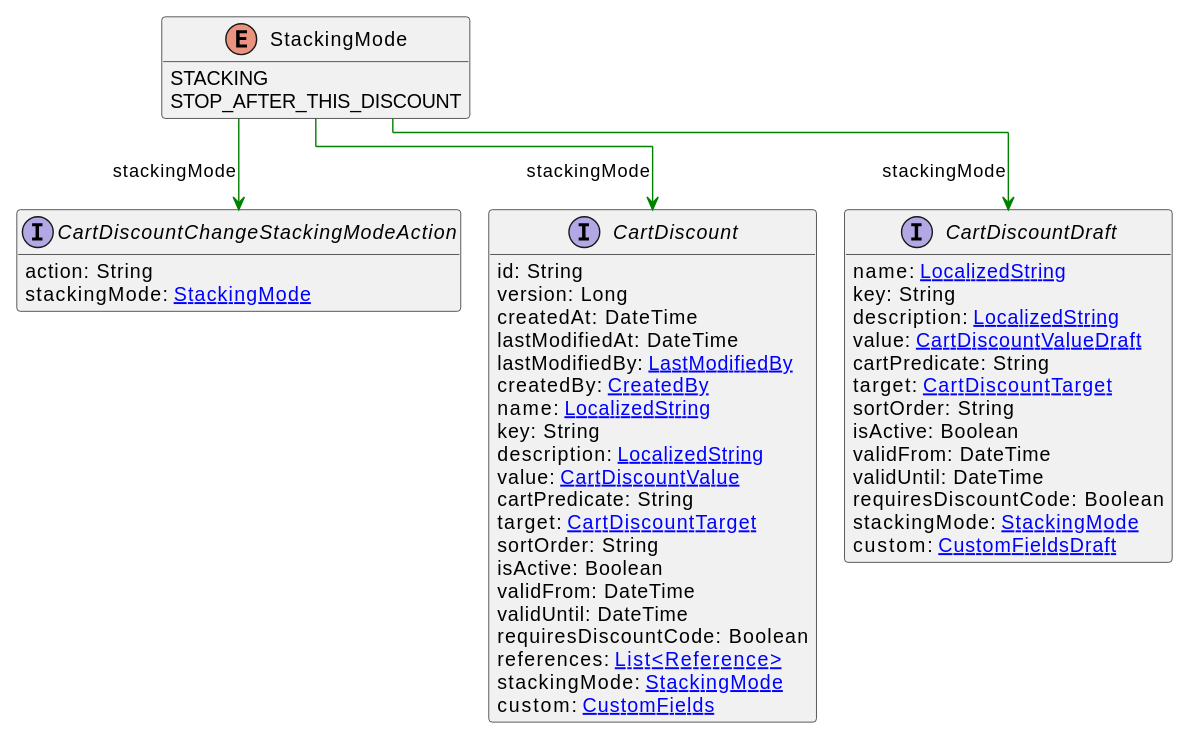
This is uml/api/svg/StackingMode.svg from commercetools/commercetools-api-reference, a PlantUML export, as it was before one commit.
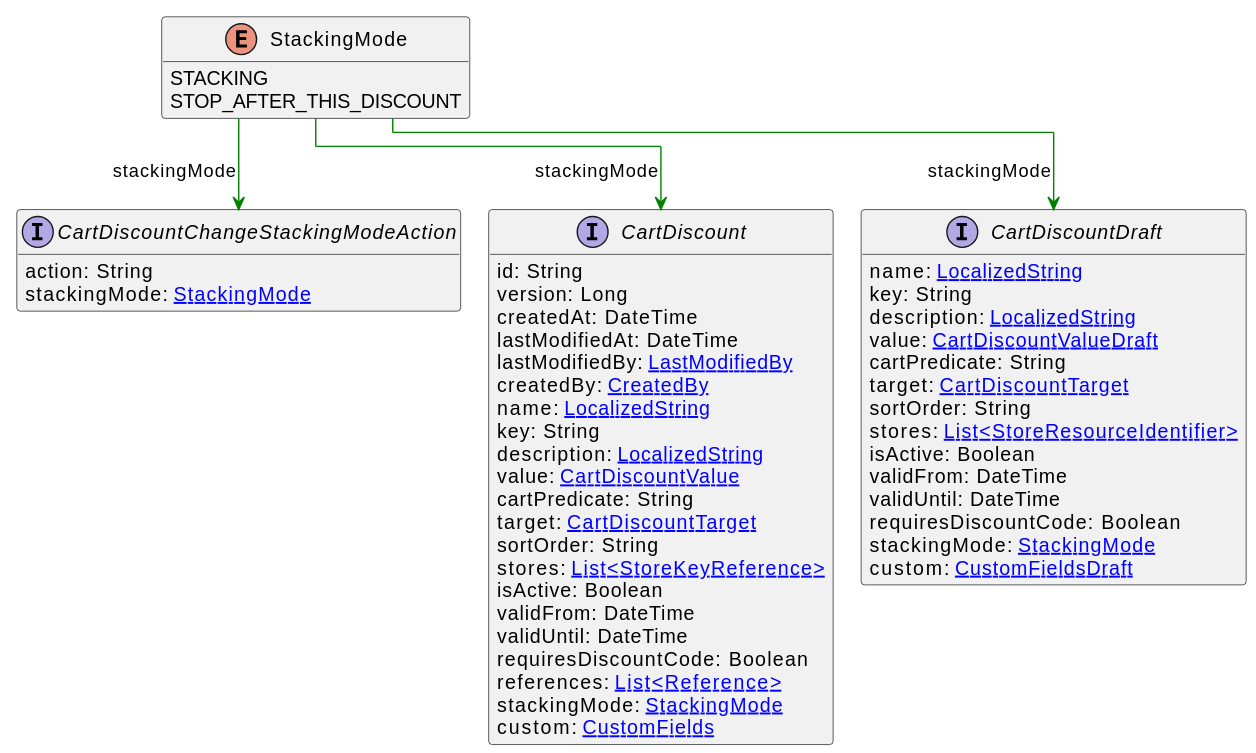
The same file after the commit.

The edit, as a diff of the source:
```diff
@@ -19,6 +19,7 @@
     cartPredicate: String
     target: [[CartDiscountTarget.svg CartDiscountTarget]]
     sortOrder: String
+    stores: [[StoreKeyReference.svg List<StoreKeyReference>]]
     isActive: Boolean
     validFrom: DateTime
     validUntil: DateTime
@@ -35,6 +36,7 @@
     cartPredicate: String
     target: [[CartDiscountTarget.svg CartDiscountTarget]]
     sortOrder: String
+    stores: [[StoreResourceIdentifier.svg List<StoreResourceIdentifier>]]
     isActive: Boolean
     validFrom: DateTime
     validUntil: DateTime
```
